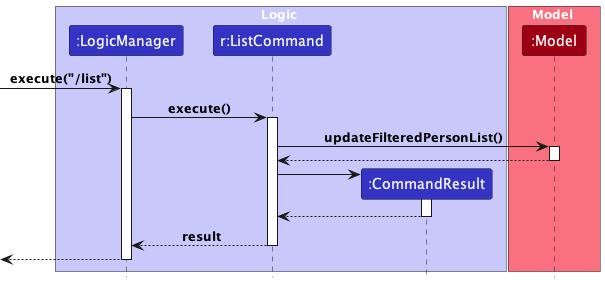
The PlantUML diagram docs/images/ListCommandSequenceDiagram.png in yleeyilin/tp, before a commit.
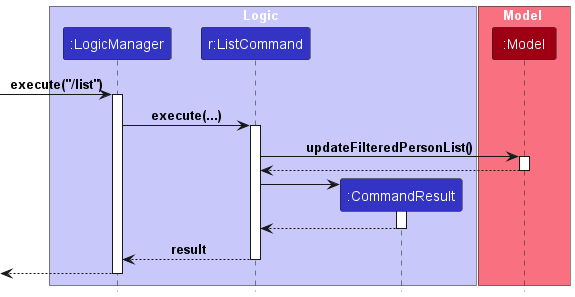
Later version of the same file.

Diff of the diagram source:
```diff
@@ -15,7 +15,7 @@
 
 
 
-LogicManager -> ListCommand : execute()
+LogicManager -> ListCommand : execute(...)
 activate ListCommand
 
 
```
